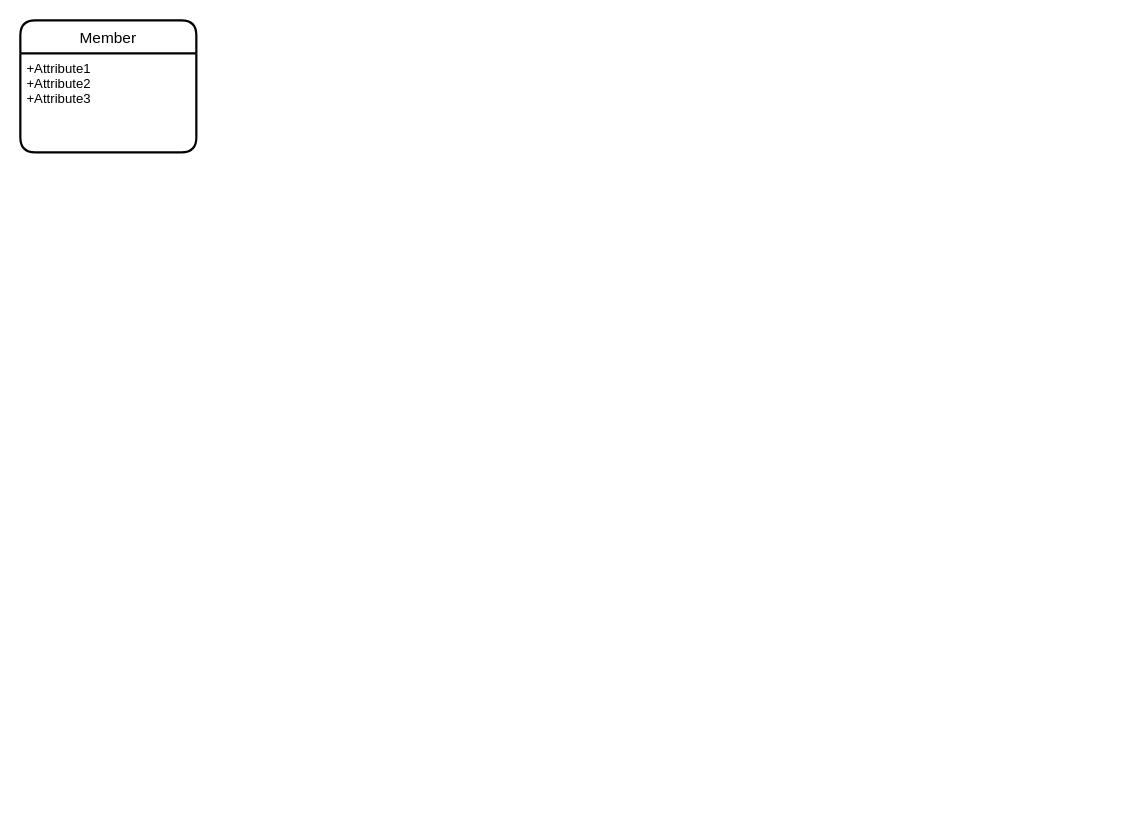
The draw.io diagram page "entity" (2 of 2) of back-end/무제.drawio in hyunmook-lim/chimhaha, before the edit. Source tidied: cells renumbered, new cells numbered last; positions are measured from the earlier drawing's top-left corner, leaving out a move shared by most shapes. Both pictures are drawn from the tidied source at 110%, with x=0, y=0 at pixel (20, 20).
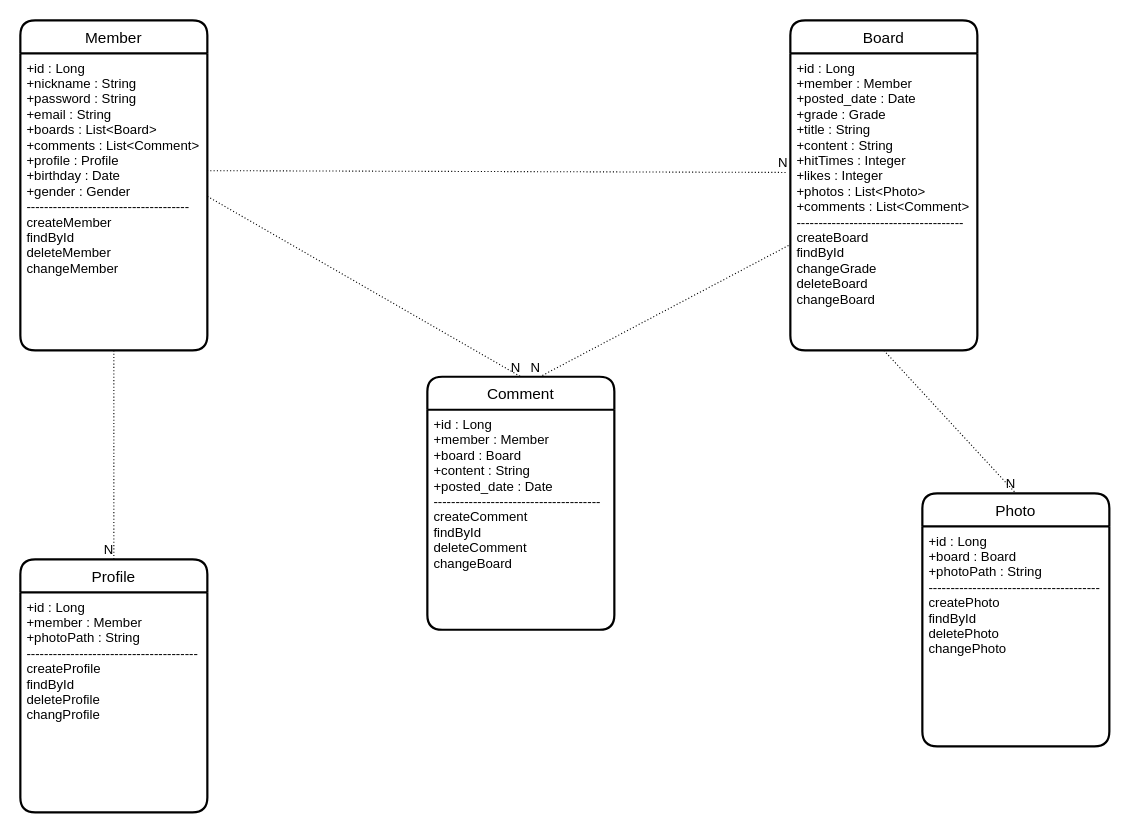
The same diagram, later.

What changed in the source:
```diff
@@
     <mxCell id="2" value="Member" style="swimlane;horizontal=1;startSize=30;rounded=1;fontSize=14;fontStyle=0;strokeWidth=2;shadow=0;dashed=0;align=center;" parent="1" vertex="1">
-      <mxGeometry width="160" height="120" as="geometry" />
+      <mxGeometry width="170" height="300" as="geometry" />
     </mxCell>
-    <mxCell id="3" value="+Attribute1&#10;+Attribute2&#10;+Attribute3" style="align=left;strokeColor=none;fillColor=none;spacingLeft=4;fontSize=12;verticalAlign=top;" parent="2" vertex="1">
-      <mxGeometry y="30" width="160" height="90" as="geometry" />
+    <mxCell id="3" value="+id : Long&#10;+nickname : String&#10;+password : String&#10;+email : String&#10;+boards : List&lt;Board&gt;&#10;+comments : List&lt;Comment&gt;&#10;+profile : Profile&#10;+birthday : Date&#10;+gender : Gender&#10;-------------------------------------&#10;createMember&#10;findById&#10;deleteMember&#10;changeMember&#10;" style="align=left;strokeColor=none;fillColor=none;spacingLeft=4;fontSize=12;verticalAlign=top;" parent="2" vertex="1">
+      <mxGeometry y="30" width="170" height="270" as="geometry" />
     </mxCell>
+    <mxCell id="4" value="Board" style="swimlane;horizontal=1;startSize=30;rounded=1;fontSize=14;fontStyle=0;strokeWidth=2;shadow=0;dashed=0;align=center;" parent="1" vertex="1">
+      <mxGeometry x="700" width="170" height="300" as="geometry" />
+    </mxCell>
+    <mxCell id="5" value="+id : Long&#10;+member : Member&#10;+posted_date : Date&#10;+grade : Grade&#10;+title : String&#10;+content : String&#10;+hitTimes : Integer&#10;+likes : Integer&#10;+photos : List&lt;Photo&gt;&#10;+comments : List&lt;Comment&gt;&#10;--------------------------------------&#10;createBoard&#10;findById&#10;changeGrade&#10;deleteBoard&#10;changeBoard" style="align=left;strokeColor=none;fillColor=none;spacingLeft=4;fontSize=12;verticalAlign=top;" parent="4" vertex="1">
+      <mxGeometry y="30" width="170" height="270" as="geometry" />
+    </mxCell>
+    <mxCell id="6" value="Comment" style="swimlane;horizontal=1;startSize=30;rounded=1;fontSize=14;fontStyle=0;strokeWidth=2;shadow=0;dashed=0;align=center;" parent="1" vertex="1">
+      <mxGeometry x="370" y="324" width="170" height="230" as="geometry" />
+    </mxCell>
+    <mxCell id="7" value="+id : Long&#10;+member : Member&#10;+board : Board&#10;+content : String&#10;+posted_date : Date&#10;--------------------------------------&#10;createComment&#10;findById&#10;deleteComment&#10;changeBoard" style="align=left;strokeColor=none;fillColor=none;spacingLeft=4;fontSize=12;verticalAlign=top;" parent="6" vertex="1">
+      <mxGeometry y="30" width="170" height="200" as="geometry" />
+    </mxCell>
+    <mxCell id="8" value="Photo" style="swimlane;horizontal=1;startSize=30;rounded=1;fontSize=14;fontStyle=0;strokeWidth=2;shadow=0;dashed=0;align=center;" parent="1" vertex="1">
+      <mxGeometry x="820" y="430" width="170" height="230" as="geometry" />
+    </mxCell>
+    <mxCell id="9" value="+id : Long&#10;+board : Board&#10;+photoPath : String&#10;---------------------------------------&#10;createPhoto&#10;findById&#10;deletePhoto&#10;changePhoto" style="align=left;strokeColor=none;fillColor=none;spacingLeft=4;fontSize=12;verticalAlign=top;" parent="8" vertex="1">
+      <mxGeometry y="30" width="170" height="200" as="geometry" />
+    </mxCell>
+    <mxCell id="10" value="Profile" style="swimlane;horizontal=1;startSize=30;rounded=1;fontSize=14;fontStyle=0;strokeWidth=2;shadow=0;dashed=0;align=center;" parent="1" vertex="1">
+      <mxGeometry y="490" width="170" height="230" as="geometry" />
+    </mxCell>
+    <mxCell id="11" value="+id : Long&#10;+member : Member&#10;+photoPath : String&#10;---------------------------------------&#10;createProfile&#10;findById&#10;deleteProfile&#10;changProfile" style="align=left;strokeColor=none;fillColor=none;spacingLeft=4;fontSize=12;verticalAlign=top;" parent="10" vertex="1">
+      <mxGeometry y="30" width="170" height="200" as="geometry" />
+    </mxCell>
+    <mxCell id="12" style="endArrow=none;html=1;rounded=0;dashed=1;dashPattern=1 2;entryX=-0.016;entryY=0.401;entryDx=0;entryDy=0;entryPerimeter=0;exitX=0.998;exitY=0.395;exitDx=0;exitDy=0;exitPerimeter=0;" parent="1" edge="1" source="3" target="5">
+      <mxGeometry relative="1" as="geometry" />
+    </mxCell>
+    <mxCell id="13" value="N" style="html=1;align=right;verticalAlign=bottom;" parent="12" vertex="1">
+      <mxGeometry x="1" relative="1" as="geometry" />
+    </mxCell>
+    <mxCell id="14" style="endArrow=none;html=1;rounded=0;dashed=1;dashPattern=1 2;entryX=0.5;entryY=0;entryDx=0;entryDy=0;exitX=0.998;exitY=0.395;exitDx=0;exitDy=0;exitPerimeter=0;" parent="1" edge="1" target="6">
+      <mxGeometry relative="1" as="geometry">
+        <mxPoint x="170" y="160" as="sourcePoint" />
+      </mxGeometry>
+    </mxCell>
+    <mxCell id="15" value="N" style="html=1;align=right;verticalAlign=bottom;" parent="14" vertex="1">
+      <mxGeometry x="1" relative="1" as="geometry" />
+    </mxCell>
+    <mxCell id="16" style="endArrow=none;html=1;rounded=0;dashed=1;dashPattern=1 2;entryX=0.607;entryY=-0.002;entryDx=0;entryDy=0;entryPerimeter=0;exitX=-0.01;exitY=0.647;exitDx=0;exitDy=0;exitPerimeter=0;" parent="1" edge="1" source="5" target="6">
+      <mxGeometry relative="1" as="geometry" />
+    </mxCell>
+    <mxCell id="17" value="N" style="html=1;align=right;verticalAlign=bottom;" parent="16" vertex="1">
+      <mxGeometry x="1" relative="1" as="geometry" />
+    </mxCell>
+    <mxCell id="18" style="endArrow=none;html=1;rounded=0;dashed=1;dashPattern=1 2;entryX=0.5;entryY=0;entryDx=0;entryDy=0;exitX=0.5;exitY=1;exitDx=0;exitDy=0;" parent="1" edge="1" source="3" target="10">
+      <mxGeometry relative="1" as="geometry" />
+    </mxCell>
+    <mxCell id="19" value="N" style="html=1;align=right;verticalAlign=bottom;" parent="18" vertex="1">
+      <mxGeometry x="1" relative="1" as="geometry" />
+    </mxCell>
+    <mxCell id="20" style="endArrow=none;html=1;rounded=0;dashed=1;dashPattern=1 2;entryX=0.5;entryY=0;entryDx=0;entryDy=0;exitX=0.5;exitY=1;exitDx=0;exitDy=0;" parent="1" edge="1" source="5" target="8">
+      <mxGeometry relative="1" as="geometry" />
+    </mxCell>
+    <mxCell id="21" value="N" style="html=1;align=right;verticalAlign=bottom;" parent="20" vertex="1">
+      <mxGeometry x="1" relative="1" as="geometry" />
+    </mxCell>
```
